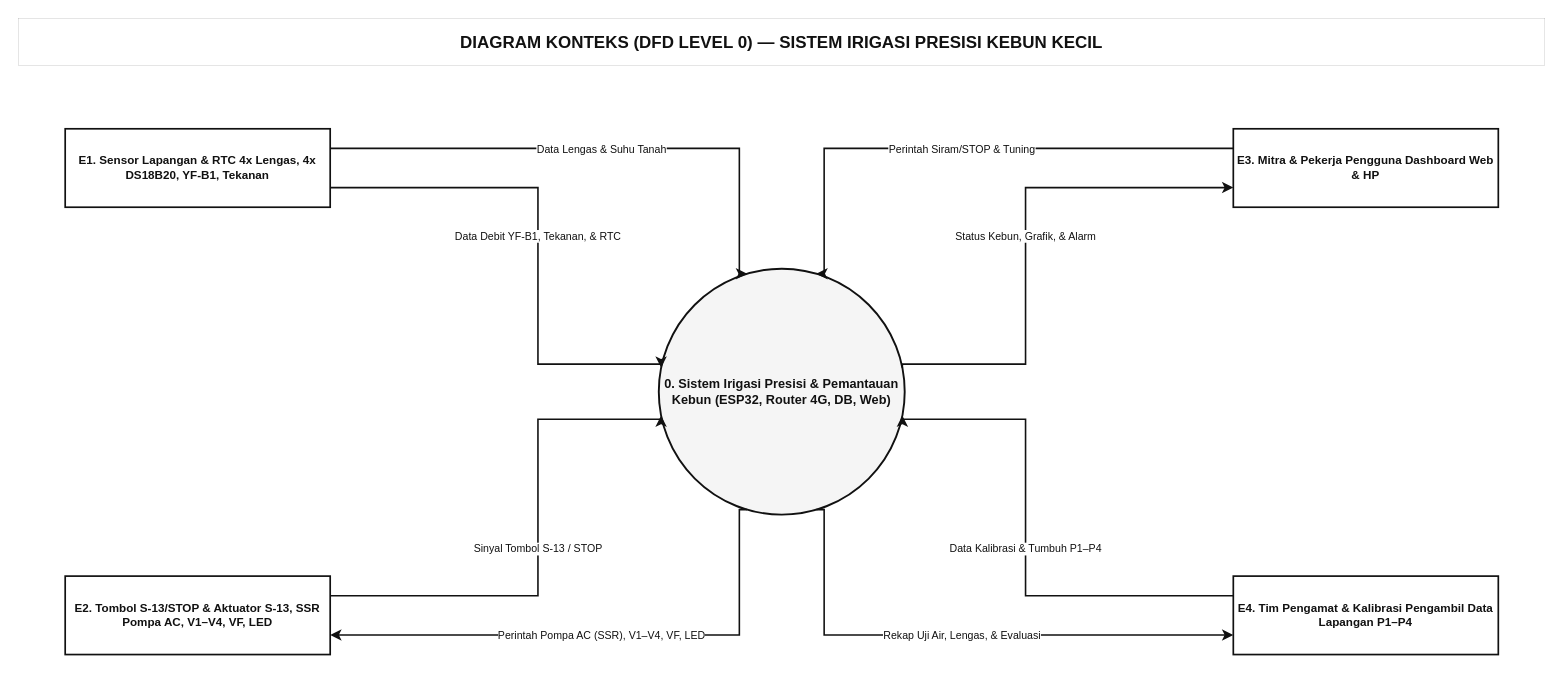
The draw.io diagram page "1. DFD Level 0 (Context)" (1 of 2) of catatan/editable_drawio/5_dfd_level0_dan_level1_kebun_kecil.drawio in azurre13/pta-jeruk-limau, before the edit. Source tidied: cells renumbered, new cells numbered last; positions are measured from the earlier drawing's top-left corner, leaving out a move shared by most shapes. Both pictures are drawn from the tidied source at 106%, with x=0, y=0 at pixel (18, 18).
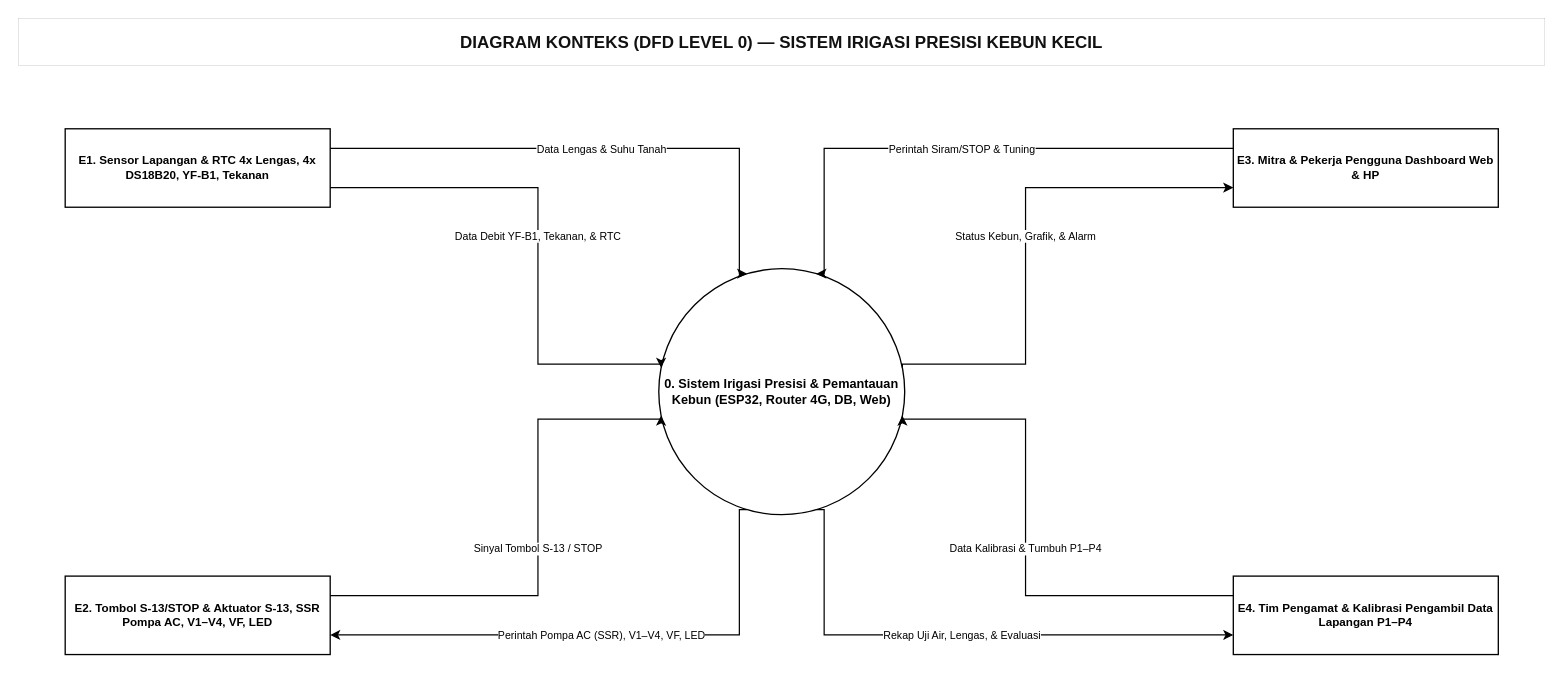
After the change.

What changed in the source:
```diff
@@
-    <mxCell id="3" value="E1. Sensor Lapangan &amp; RTC 4x Lengas, 4x DS18B20, YF-B1, Tekanan" style="rounded=0;whiteSpace=wrap;html=1;fillColor=#ffffff;strokeColor=#111111;strokeWidth=1.6;fontColor=#111111;fontSize=11;align=center;verticalAlign=middle;fontStyle=1;" parent="1" vertex="1">
+    <mxCell id="3" value="E1. Sensor Lapangan &amp; RTC 4x Lengas, 4x DS18B20, YF-B1, Tekanan" style="rounded=0;whiteSpace=wrap;html=1;fillColor=#ffffff;strokeColor=#000000;strokeWidth=1.25;fontColor=#000000;fontSize=11;align=center;verticalAlign=middle;fontStyle=1;" parent="1" vertex="1">
       <mxGeometry x="44" y="104" width="250" height="74" as="geometry" />
     </mxCell>
-    <mxCell id="4" value="E2. Tombol S-13/STOP &amp; Aktuator S-13, SSR Pompa AC, V1–V4, VF, LED" style="rounded=0;whiteSpace=wrap;html=1;fillColor=#ffffff;strokeColor=#111111;strokeWidth=1.6;fontColor=#111111;fontSize=11;align=center;verticalAlign=middle;fontStyle=1;" parent="1" vertex="1">
+    <mxCell id="4" value="E2. Tombol S-13/STOP &amp; Aktuator S-13, SSR Pompa AC, V1–V4, VF, LED" style="rounded=0;whiteSpace=wrap;html=1;fillColor=#ffffff;strokeColor=#000000;strokeWidth=1.25;fontColor=#000000;fontSize=11;align=center;verticalAlign=middle;fontStyle=1;" parent="1" vertex="1">
       <mxGeometry x="44" y="526" width="250" height="74" as="geometry" />
     </mxCell>
-    <mxCell id="5" value="E3. Mitra &amp; Pekerja Pengguna Dashboard Web &amp; HP" style="rounded=0;whiteSpace=wrap;html=1;fillColor=#ffffff;strokeColor=#111111;strokeWidth=1.6;fontColor=#111111;fontSize=11;align=center;verticalAlign=middle;fontStyle=1;" parent="1" vertex="1">
+    <mxCell id="5" value="E3. Mitra &amp; Pekerja Pengguna Dashboard Web &amp; HP" style="rounded=0;whiteSpace=wrap;html=1;fillColor=#ffffff;strokeColor=#000000;strokeWidth=1.25;fontColor=#000000;fontSize=11;align=center;verticalAlign=middle;fontStyle=1;" parent="1" vertex="1">
       <mxGeometry x="1146" y="104" width="250" height="74" as="geometry" />
     </mxCell>
-    <mxCell id="6" value="E4. Tim Pengamat &amp; Kalibrasi Pengambil Data Lapangan P1–P4" style="rounded=0;whiteSpace=wrap;html=1;fillColor=#ffffff;strokeColor=#111111;strokeWidth=1.6;fontColor=#111111;fontSize=11;align=center;verticalAlign=middle;fontStyle=1;" parent="1" vertex="1">
+    <mxCell id="6" value="E4. Tim Pengamat &amp; Kalibrasi Pengambil Data Lapangan P1–P4" style="rounded=0;whiteSpace=wrap;html=1;fillColor=#ffffff;strokeColor=#000000;strokeWidth=1.25;fontColor=#000000;fontSize=11;align=center;verticalAlign=middle;fontStyle=1;" parent="1" vertex="1">
       <mxGeometry x="1146" y="526" width="250" height="74" as="geometry" />
     </mxCell>
-    <mxCell id="7" value="0. Sistem Irigasi Presisi &amp; Pemantauan Kebun (ESP32, Router 4G, DB, Web)" style="ellipse;whiteSpace=wrap;html=1;fillColor=#f5f5f5;strokeColor=#111111;strokeWidth=1.8;fontColor=#111111;fontSize=12;fontStyle=1;" parent="1" vertex="1">
+    <mxCell id="7" value="0. Sistem Irigasi Presisi &amp; Pemantauan Kebun (ESP32, Router 4G, DB, Web)" style="ellipse;whiteSpace=wrap;html=1;fillColor=#FFFFFF;strokeColor=#000000;strokeWidth=1.25;fontColor=#000000;fontSize=12;fontStyle=1;" parent="1" vertex="1">
       <mxGeometry x="604" y="236" width="232" height="232" as="geometry" />
     </mxCell>
-    <mxCell id="8" value="Data Lengas &amp; Suhu Tanah" style="edgeStyle=orthogonalEdgeStyle;rounded=0;jettySize=auto;html=1;strokeColor=#111111;strokeWidth=1.5;fontSize=10;fontColor=#111111;labelBackgroundColor=#ffffff;exitX=1.0;exitY=0.25;exitDx=0;exitDy=0;entryX=0.35;entryY=0.0;entryDx=0;entryDy=0;" parent="1" edge="1" source="3" target="7">
+    <mxCell id="8" value="Data Lengas &amp; Suhu Tanah" style="edgeStyle=orthogonalEdgeStyle;rounded=0;jettySize=auto;html=1;strokeColor=#000000;strokeWidth=1.15;fontSize=10;fontColor=#000000;labelBackgroundColor=#FFFFFF;spacing=0;spacingLeft=0;spacingRight=0;spacingTop=0;spacingBottom=0;exitX=1.0;exitY=0.25;exitDx=0;exitDy=0;entryX=0.35;entryY=0.0;entryDx=0;entryDy=0;" parent="1" edge="1" source="3" target="7">
       <mxGeometry relative="1" as="geometry">
         <Array as="points">
           <mxPoint x="680" y="122" />
         </Array>
       </mxGeometry>
     </mxCell>
-    <mxCell id="9" value="Data Debit YF-B1, Tekanan, &amp; RTC" style="edgeStyle=orthogonalEdgeStyle;rounded=0;jettySize=auto;html=1;strokeColor=#111111;strokeWidth=1.5;fontSize=10;fontColor=#111111;labelBackgroundColor=#ffffff;exitX=1.0;exitY=0.75;exitDx=0;exitDy=0;entryX=0.0;entryY=0.4;entryDx=0;entryDy=0;" parent="1" edge="1" source="3" target="7">
+    <mxCell id="9" value="Data Debit YF-B1, Tekanan, &amp; RTC" style="edgeStyle=orthogonalEdgeStyle;rounded=0;jettySize=auto;html=1;strokeColor=#000000;strokeWidth=1.15;fontSize=10;fontColor=#000000;labelBackgroundColor=#FFFFFF;spacing=0;spacingLeft=0;spacingRight=0;spacingTop=0;spacingBottom=0;exitX=1.0;exitY=0.75;exitDx=0;exitDy=0;entryX=0.0;entryY=0.4;entryDx=0;entryDy=0;" parent="1" edge="1" source="3" target="7">
       <mxGeometry relative="1" as="geometry">
         <Array as="points">
           <mxPoint x="490" y="160" />
           <mxPoint x="490" y="326" />
         </Array>
       </mxGeometry>
     </mxCell>
-    <mxCell id="10" value="Sinyal Tombol S-13 / STOP" style="edgeStyle=orthogonalEdgeStyle;rounded=0;jettySize=auto;html=1;strokeColor=#111111;strokeWidth=1.5;fontSize=10;fontColor=#111111;labelBackgroundColor=#ffffff;exitX=1.0;exitY=0.25;exitDx=0;exitDy=0;entryX=0.0;entryY=0.6;entryDx=0;entryDy=0;" parent="1" edge="1" source="4" target="7">
+    <mxCell id="10" value="Sinyal Tombol S-13 / STOP" style="edgeStyle=orthogonalEdgeStyle;rounded=0;jettySize=auto;html=1;strokeColor=#000000;strokeWidth=1.15;fontSize=10;fontColor=#000000;labelBackgroundColor=#FFFFFF;spacing=0;spacingLeft=0;spacingRight=0;spacingTop=0;spacingBottom=0;exitX=1.0;exitY=0.25;exitDx=0;exitDy=0;entryX=0.0;entryY=0.6;entryDx=0;entryDy=0;" parent="1" edge="1" source="4" target="7">
       <mxGeometry relative="1" as="geometry">
         <Array as="points">
           <mxPoint x="490" y="544" />
           <mxPoint x="490" y="378" />
         </Array>
       </mxGeometry>
     </mxCell>
-    <mxCell id="11" value="Perintah Pompa AC (SSR), V1–V4, VF, LED" style="edgeStyle=orthogonalEdgeStyle;rounded=0;jettySize=auto;html=1;strokeColor=#111111;strokeWidth=1.5;fontSize=10;fontColor=#111111;labelBackgroundColor=#ffffff;exitX=0.35;exitY=1.0;exitDx=0;exitDy=0;entryX=1.0;entryY=0.75;entryDx=0;entryDy=0;" parent="1" edge="1" source="7" target="4">
+    <mxCell id="11" value="Perintah Pompa AC (SSR), V1–V4, VF, LED" style="edgeStyle=orthogonalEdgeStyle;rounded=0;jettySize=auto;html=1;strokeColor=#000000;strokeWidth=1.15;fontSize=10;fontColor=#000000;labelBackgroundColor=#FFFFFF;spacing=0;spacingLeft=0;spacingRight=0;spacingTop=0;spacingBottom=0;exitX=0.35;exitY=1.0;exitDx=0;exitDy=0;entryX=1.0;entryY=0.75;entryDx=0;entryDy=0;" parent="1" edge="1" source="7" target="4">
       <mxGeometry relative="1" as="geometry">
         <Array as="points">
           <mxPoint x="680" y="582" />
         </Array>
       </mxGeometry>
     </mxCell>
-    <mxCell id="12" value="Perintah Siram/STOP &amp; Tuning" style="edgeStyle=orthogonalEdgeStyle;rounded=0;jettySize=auto;html=1;strokeColor=#111111;strokeWidth=1.5;fontSize=10;fontColor=#111111;labelBackgroundColor=#ffffff;exitX=0.0;exitY=0.25;exitDx=0;exitDy=0;entryX=0.65;entryY=0.0;entryDx=0;entryDy=0;" parent="1" edge="1" source="5" target="7">
+    <mxCell id="12" value="Perintah Siram/STOP &amp; Tuning" style="edgeStyle=orthogonalEdgeStyle;rounded=0;jettySize=auto;html=1;strokeColor=#000000;strokeWidth=1.15;fontSize=10;fontColor=#000000;labelBackgroundColor=#FFFFFF;spacing=0;spacingLeft=0;spacingRight=0;spacingTop=0;spacingBottom=0;exitX=0.0;exitY=0.25;exitDx=0;exitDy=0;entryX=0.65;entryY=0.0;entryDx=0;entryDy=0;" parent="1" edge="1" source="5" target="7">
       <mxGeometry relative="1" as="geometry">
         <Array as="points">
           <mxPoint x="760" y="122" />
         </Array>
       </mxGeometry>
     </mxCell>
-    <mxCell id="13" value="Status Kebun, Grafik, &amp; Alarm" style="edgeStyle=orthogonalEdgeStyle;rounded=0;jettySize=auto;html=1;strokeColor=#111111;strokeWidth=1.5;fontSize=10;fontColor=#111111;labelBackgroundColor=#ffffff;exitX=1.0;exitY=0.4;exitDx=0;exitDy=0;entryX=0.0;entryY=0.75;entryDx=0;entryDy=0;" parent="1" edge="1" source="7" target="5">
+    <mxCell id="13" value="Status Kebun, Grafik, &amp; Alarm" style="edgeStyle=orthogonalEdgeStyle;rounded=0;jettySize=auto;html=1;strokeColor=#000000;strokeWidth=1.15;fontSize=10;fontColor=#000000;labelBackgroundColor=#FFFFFF;spacing=0;spacingLeft=0;spacingRight=0;spacingTop=0;spacingBottom=0;exitX=1.0;exitY=0.4;exitDx=0;exitDy=0;entryX=0.0;entryY=0.75;entryDx=0;entryDy=0;" parent="1" edge="1" source="7" target="5">
       <mxGeometry relative="1" as="geometry">
         <Array as="points">
           <mxPoint x="950" y="326" />
           <mxPoint x="950" y="160" />
         </Array>
       </mxGeometry>
     </mxCell>
-    <mxCell id="14" value="Data Kalibrasi &amp; Tumbuh P1–P4" style="edgeStyle=orthogonalEdgeStyle;rounded=0;jettySize=auto;html=1;strokeColor=#111111;strokeWidth=1.5;fontSize=10;fontColor=#111111;labelBackgroundColor=#ffffff;exitX=0.0;exitY=0.25;exitDx=0;exitDy=0;entryX=1.0;entryY=0.6;entryDx=0;entryDy=0;" parent="1" edge="1" source="6" target="7">
+    <mxCell id="14" value="Data Kalibrasi &amp; Tumbuh P1–P4" style="edgeStyle=orthogonalEdgeStyle;rounded=0;jettySize=auto;html=1;strokeColor=#000000;strokeWidth=1.15;fontSize=10;fontColor=#000000;labelBackgroundColor=#FFFFFF;spacing=0;spacingLeft=0;spacingRight=0;spacingTop=0;spacingBottom=0;exitX=0.0;exitY=0.25;exitDx=0;exitDy=0;entryX=1.0;entryY=0.6;entryDx=0;entryDy=0;" parent="1" edge="1" source="6" target="7">
       <mxGeometry relative="1" as="geometry">
         <Array as="points">
           <mxPoint x="950" y="544" />
           <mxPoint x="950" y="378" />
         </Array>
       </mxGeometry>
     </mxCell>
-    <mxCell id="15" value="Rekap Uji Air, Lengas, &amp; Evaluasi" style="edgeStyle=orthogonalEdgeStyle;rounded=0;jettySize=auto;html=1;strokeColor=#111111;strokeWidth=1.5;fontSize=10;fontColor=#111111;labelBackgroundColor=#ffffff;exitX=0.65;exitY=1.0;exitDx=0;exitDy=0;entryX=0.0;entryY=0.75;entryDx=0;entryDy=0;" parent="1" edge="1" source="7" target="6">
+    <mxCell id="15" value="Rekap Uji Air, Lengas, &amp; Evaluasi" style="edgeStyle=orthogonalEdgeStyle;rounded=0;jettySize=auto;html=1;strokeColor=#000000;strokeWidth=1.15;fontSize=10;fontColor=#000000;labelBackgroundColor=#FFFFFF;spacing=0;spacingLeft=0;spacingRight=0;spacingTop=0;spacingBottom=0;exitX=0.65;exitY=1.0;exitDx=0;exitDy=0;entryX=0.0;entryY=0.75;entryDx=0;entryDy=0;" parent="1" edge="1" source="7" target="6">
       <mxGeometry relative="1" as="geometry">
         <Array as="points">
           <mxPoint x="760" y="582" />
         </Array>
       </mxGeometry>
     </mxCell>
```
